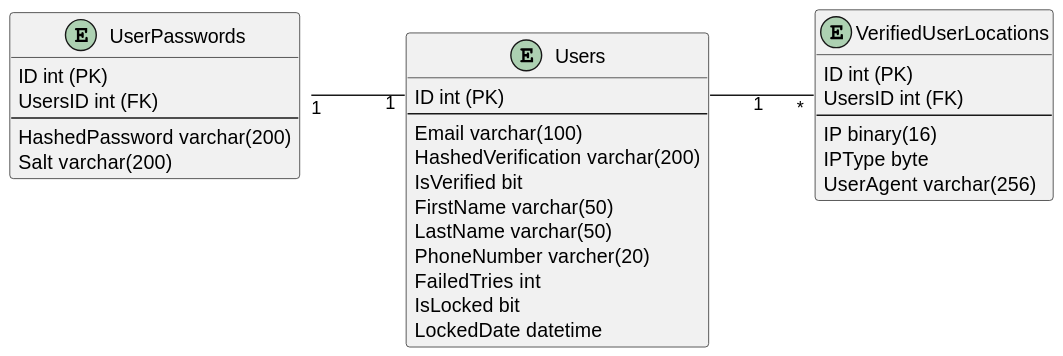
Before: Docs/out/ERD/Login-ERD/ERD.svg, a diagram exported from PlantUML (blackout1471/trust-us-school).
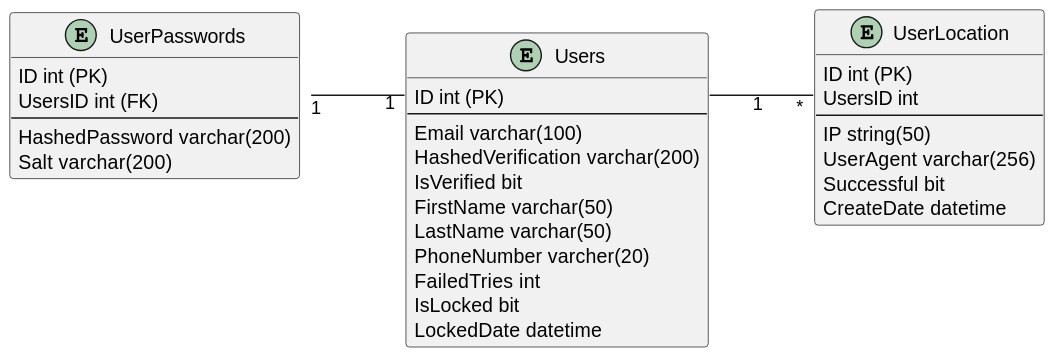
The same diagram one commit later.

The edit, as a diff of the source:
```diff
@@ -22,13 +22,14 @@
     IsLocked bit
     LockedDate datetime
 }
-entity "VerifiedUserLocations" as vul {
+entity "UserLocation" as vul {
     ID int (PK)
-    UsersID int (FK)
+    UsersID int
     --
-    IP binary(16)
-    IPType byte
+    IP string(50)
     UserAgent varchar(256)
+    Successful bit
+    CreateDate datetime
 }
 
 Users::ID"      1" -- "*"vul::UsersID
```
